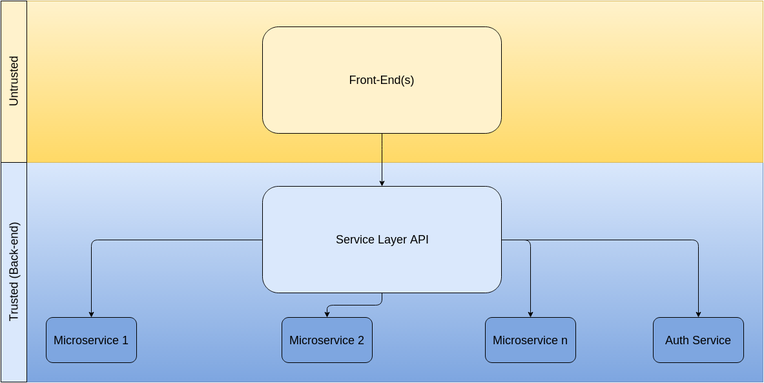
Earlier version of the draw.io export manuscript/images/AuthArchitecture.png (binarymist/HolisticInfoSec-For-WebDevelopers-Fascicle1). Source tidied: cells renumbered, new cells last; positions are measured from the earlier drawing's top-left corner, leaving out a move shared by most shapes. Its diagram source:
```xml
<mxGraphModel>
  <root>
    <mxCell id="0" style="html=1;" />
    <mxCell id="1" style="html=1;" parent="0" />
    <mxCell id="2" style="html=1;plain-blue;" parent="1" vertex="1">
      <mxGeometry y="250" width="1180" height="340" as="geometry" />
    </mxCell>
    <mxCell id="3" value="&lt;font style=&quot;font-size: 18px&quot;&gt;Microservice 2&lt;/font&gt;" style="rounded=1;fillColor=#7EA6E0;html=1;" parent="1" vertex="1">
      <mxGeometry x="435" y="490" width="140" height="70" as="geometry" />
    </mxCell>
    <mxCell id="4" value="&lt;font style=&quot;font-size: 18px&quot;&gt;Microservice 1&lt;/font&gt;" style="rounded=1;fillColor=#7EA6E0;html=1;" parent="1" vertex="1">
      <mxGeometry x="70" y="490" width="140" height="70" as="geometry" />
    </mxCell>
    <mxCell id="5" value="&lt;font style=&quot;font-size: 18px&quot;&gt;Auth Service&lt;/font&gt;" style="rounded=1;fillColor=#7EA6E0;html=1;" parent="1" vertex="1">
      <mxGeometry x="1010" y="490" width="140" height="70" as="geometry" />
    </mxCell>
    <mxCell id="6" style="edgeStyle=elbowEdgeStyle;elbow=horizontal;html=1;exitX=0;exitY=0.5;entryX=0.5;entryY=0;" parent="1" edge="1" source="10" target="4">
      <mxGeometry y="150" as="geometry">
        <Array as="points">
          <mxPoint x="140" y="430" />
        </Array>
      </mxGeometry>
    </mxCell>
    <mxCell id="7" style="edgeStyle=elbowEdgeStyle;elbow=vertical;html=1;" parent="1" edge="1" source="3">
      <mxGeometry y="150" as="geometry">
        <mxPoint x="570" y="490" as="targetPoint" />
      </mxGeometry>
    </mxCell>
    <mxCell id="8" style="edgeStyle=elbowEdgeStyle;elbow=vertical;html=1;exitX=1;exitY=0.5;entryX=0.5;entryY=0;" parent="1" edge="1" source="10" target="5">
      <mxGeometry y="150" as="geometry">
        <Array as="points">
          <mxPoint x="920" y="370" />
        </Array>
      </mxGeometry>
    </mxCell>
    <mxCell id="9" style="html=1;plain-yellow;" parent="1" vertex="1">
      <mxGeometry width="1180" height="250" as="geometry" />
    </mxCell>
    <mxCell id="10" value="&lt;font style=&quot;font-size: 18px&quot;&gt;Service Layer API&lt;/font&gt;" style="rounded=1;whiteSpace=wrap;html=1;fillColor=#DAE8FC;" parent="1" vertex="1">
      <mxGeometry x="405" y="287" width="370" height="165" as="geometry" />
    </mxCell>
    <mxCell id="11" value="&lt;font style=&quot;font-size: 18px&quot;&gt;Front-End(s)&lt;/font&gt;" style="rounded=1;whiteSpace=wrap;html=1;fillColor=#FFF2CC;" parent="1" vertex="1">
      <mxGeometry x="405" y="40" width="370" height="165" as="geometry" />
    </mxCell>
    <mxCell id="12" value="&lt;font style=&quot;font-size: 18px&quot;&gt;Trusted (Back-end)&lt;/font&gt;" style="whiteSpace=wrap;html=1;fillColor=#DAE8FC;flipV=0;horizontal=0;" parent="1" vertex="1">
      <mxGeometry y="250" width="40" height="340" as="geometry" />
    </mxCell>
    <mxCell id="13" value="&lt;font style=&quot;font-size: 18px&quot;&gt;Untrusted&lt;/font&gt;" style="whiteSpace=wrap;html=1;fillColor=#FFF2CC;flipV=0;horizontal=0;" parent="1" vertex="1">
      <mxGeometry width="40" height="250" as="geometry" />
    </mxCell>
    <mxCell id="14" value="&lt;font style=&quot;font-size: 18px&quot;&gt;Microservice n&lt;/font&gt;" style="rounded=1;fillColor=#7EA6E0;html=1;" parent="1" vertex="1">
      <mxGeometry x="750" y="490" width="140" height="70" as="geometry" />
    </mxCell>
    <mxCell id="15" style="edgeStyle=elbowEdgeStyle;elbow=vertical;html=1;exitX=0.5;exitY=1;" parent="1" edge="1" source="11">
      <mxGeometry x="5" y="-223" as="geometry">
        <mxPoint x="590" y="287" as="targetPoint" />
        <Array as="points">
          <mxPoint x="570" y="220" />
        </Array>
      </mxGeometry>
    </mxCell>
    <mxCell id="16" style="edgeStyle=elbowEdgeStyle;elbow=vertical;html=1;entryX=0.5;entryY=0;exitX=0.5;exitY=1;" parent="1" edge="1" source="10" target="3">
      <mxGeometry y="-29.2" as="geometry" />
    </mxCell>
    <mxCell id="17" style="edgeStyle=elbowEdgeStyle;elbow=vertical;html=1;entryX=0.5;entryY=0;exitX=1;exitY=0.5;" parent="1" edge="1" source="10" target="14">
      <mxGeometry x="10" y="-19.2" as="geometry">
        <Array as="points">
          <mxPoint x="790" y="370" />
        </Array>
      </mxGeometry>
    </mxCell>
  </root>
</mxGraphModel>
```
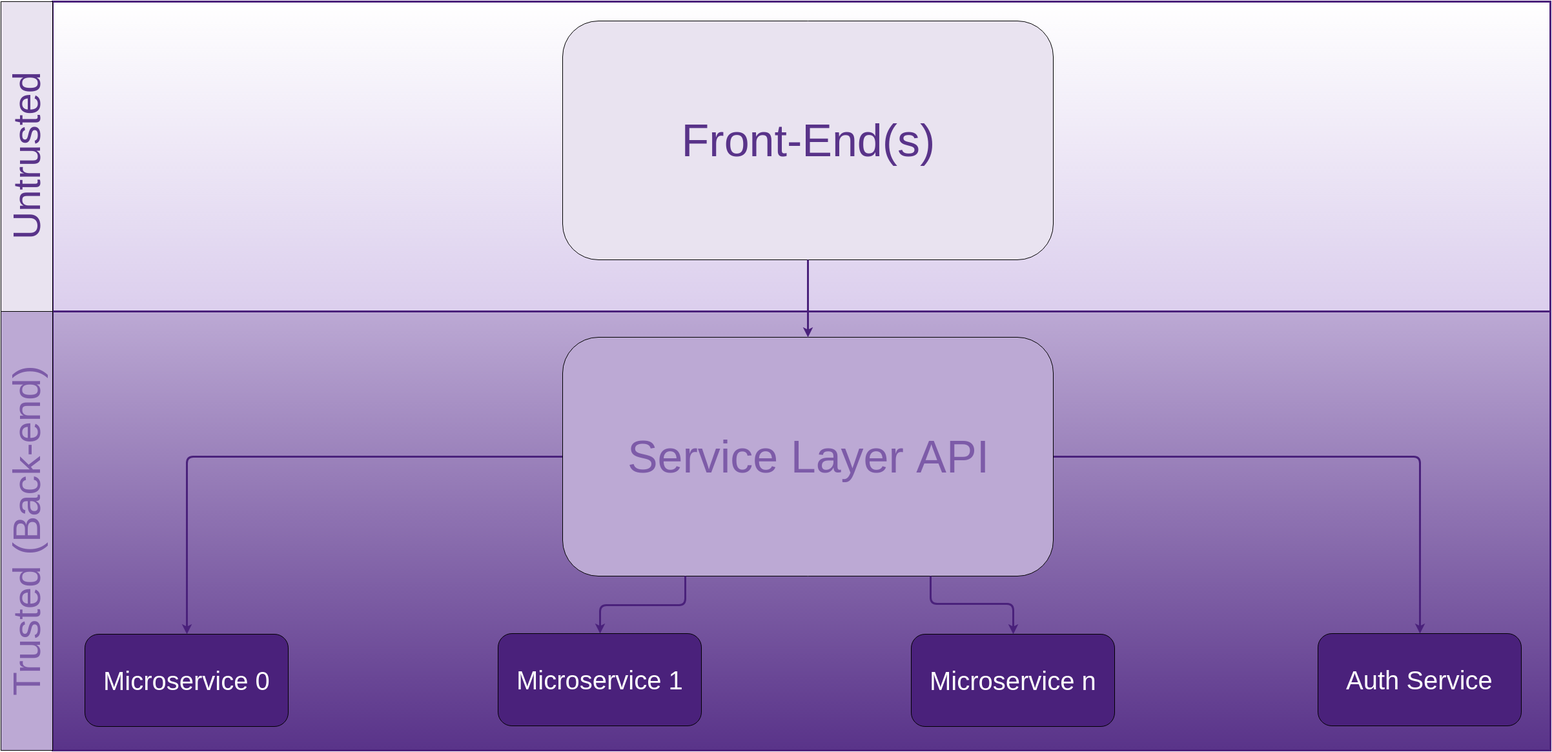
After the change.

The edit, as a diff of the source:
```diff
@@ -2,70 +2,67 @@
   <root>
     <mxCell id="0" style="html=1;" />
     <mxCell id="1" style="html=1;" parent="0" />
-    <mxCell id="2" style="html=1;plain-blue;" parent="1" vertex="1">
-      <mxGeometry y="250" width="1180" height="340" as="geometry" />
+    <mxCell id="2" style="html=1;plain-blue;gradientColor=#593389;fillColor=#BCA9D4;strokeColor=#4A217B;strokeWidth=3;" parent="1" vertex="1">
+      <mxGeometry x="40" y="480" width="2320" height="680" as="geometry" />
     </mxCell>
+    <mxCell id="9" style="html=1;plain-yellow;fillColor=#FFFFFF;gradientColor=#DBCEED;strokeWidth=3;strokeColor=#4A217B;" parent="1" vertex="1">
+      <mxGeometry x="40" width="2320" height="480" as="geometry" />
+    </mxCell>
+    <mxCell id="12" value="&lt;font style=&quot;font-size: 60px&quot; color=&quot;#7d5ba8&quot;&gt;Trusted (Back-end)&lt;/font&gt;" style="whiteSpace=wrap;html=1;fillColor=#BCA9D4;flipV=0;horizontal=0;" parent="1" vertex="1">
+      <mxGeometry x="-40" y="480" width="80" height="680" as="geometry" />
+    </mxCell>
+    <mxCell id="13" value="&lt;font style=&quot;font-size: 60px&quot; color=&quot;#593389&quot;&gt;Untrusted&lt;/font&gt;" style="whiteSpace=wrap;html=1;fillColor=#E9E3F0;flipV=0;horizontal=0;" parent="1" vertex="1">
+      <mxGeometry x="-40" width="80" height="480" as="geometry" />
+    </mxCell>
-    <mxCell id="3" value="&lt;font style=&quot;font-size: 18px&quot;&gt;Microservice 2&lt;/font&gt;" style="rounded=1;fillColor=#7EA6E0;html=1;" parent="1" vertex="1">
-      <mxGeometry x="435" y="490" width="140" height="70" as="geometry" />
+    <mxCell id="3" value="&lt;font style=&quot;font-size: 40px&quot; color=&quot;#ffffff&quot;&gt;Microservice 1&lt;/font&gt;" style="rounded=1;fillColor=#4A217B;html=1;" parent="1" vertex="1">
+      <mxGeometry x="730" y="979" width="315" height="143" as="geometry" />
     </mxCell>
-    <mxCell id="4" value="&lt;font style=&quot;font-size: 18px&quot;&gt;Microservice 1&lt;/font&gt;" style="rounded=1;fillColor=#7EA6E0;html=1;" parent="1" vertex="1">
-      <mxGeometry x="70" y="490" width="140" height="70" as="geometry" />
+    <mxCell id="4" value="&lt;font color=&quot;#ffffff&quot; style=&quot;font-size: 40px&quot;&gt;Microservice 0&lt;/font&gt;" style="rounded=1;fillColor=#4A217B;html=1;" parent="1" vertex="1">
+      <mxGeometry x="90" y="980" width="315" height="143" as="geometry" />
     </mxCell>
-    <mxCell id="5" value="&lt;font style=&quot;font-size: 18px&quot;&gt;Auth Service&lt;/font&gt;" style="rounded=1;fillColor=#7EA6E0;html=1;" parent="1" vertex="1">
-      <mxGeometry x="1010" y="490" width="140" height="70" as="geometry" />
+    <mxCell id="5" value="&lt;font color=&quot;#ffffff&quot; style=&quot;font-size: 40px&quot;&gt;Auth Service&lt;/font&gt;" style="rounded=1;fillColor=#4A217B;html=1;" parent="1" vertex="1">
+      <mxGeometry x="2000" y="979" width="315" height="143" as="geometry" />
     </mxCell>
-    <mxCell id="6" style="edgeStyle=elbowEdgeStyle;elbow=horizontal;html=1;exitX=0;exitY=0.5;entryX=0.5;entryY=0;" parent="1" edge="1" source="10" target="4">
-      <mxGeometry y="150" as="geometry">
+    <mxCell id="6" style="edgeStyle=elbowEdgeStyle;elbow=horizontal;html=1;exitX=0;exitY=0.5;entryX=0.5;entryY=0;strokeWidth=3;strokeColor=#4A217B;" parent="1" edge="1" source="10" target="4">
+      <mxGeometry x="590" y="713" as="geometry">
         <Array as="points">
-          <mxPoint x="140" y="430" />
+          <mxPoint x="248" y="920" />
+          <mxPoint x="730" y="993" />
         </Array>
       </mxGeometry>
     </mxCell>
-    <mxCell id="7" style="edgeStyle=elbowEdgeStyle;elbow=vertical;html=1;" parent="1" edge="1" source="3">
-      <mxGeometry y="150" as="geometry">
-        <mxPoint x="570" y="490" as="targetPoint" />
-      </mxGeometry>
-    </mxCell>
-    <mxCell id="8" style="edgeStyle=elbowEdgeStyle;elbow=vertical;html=1;exitX=1;exitY=0.5;entryX=0.5;entryY=0;" parent="1" edge="1" source="10" target="5">
-      <mxGeometry y="150" as="geometry">
+    <mxCell id="8" style="edgeStyle=elbowEdgeStyle;elbow=vertical;html=1;exitX=1;exitY=0.5;entryX=0.5;entryY=0;strokeWidth=3;strokeColor=#4A217B;" parent="1" edge="1" source="10" target="5">
+      <mxGeometry x="590" y="713" as="geometry">
         <Array as="points">
-          <mxPoint x="920" y="370" />
+          <mxPoint x="1750" y="705" />
+          <mxPoint x="1510" y="933" />
         </Array>
       </mxGeometry>
     </mxCell>
-    <mxCell id="9" style="html=1;plain-yellow;" parent="1" vertex="1">
-      <mxGeometry width="1180" height="250" as="geometry" />
-    </mxCell>
-    <mxCell id="10" value="&lt;font style=&quot;font-size: 18px&quot;&gt;Service Layer API&lt;/font&gt;" style="rounded=1;whiteSpace=wrap;html=1;fillColor=#DAE8FC;" parent="1" vertex="1">
-      <mxGeometry x="405" y="287" width="370" height="165" as="geometry" />
+    <mxCell id="10" value="&lt;font style=&quot;font-size: 70px&quot; color=&quot;#7d5ba8&quot;&gt;Service Layer API&lt;/font&gt;" style="rounded=1;whiteSpace=wrap;html=1;fillColor=#BCA9D4;" parent="1" vertex="1">
+      <mxGeometry x="830" y="520" width="760" height="370" as="geometry" />
     </mxCell>
-    <mxCell id="11" value="&lt;font style=&quot;font-size: 18px&quot;&gt;Front-End(s)&lt;/font&gt;" style="rounded=1;whiteSpace=wrap;html=1;fillColor=#FFF2CC;" parent="1" vertex="1">
-      <mxGeometry x="405" y="40" width="370" height="165" as="geometry" />
+    <mxCell id="11" value="&lt;font style=&quot;font-size: 70px&quot; color=&quot;#593389&quot;&gt;Front-End(s)&lt;/font&gt;" style="rounded=1;whiteSpace=wrap;html=1;fillColor=#E9E3F0;" parent="1" vertex="1">
+      <mxGeometry x="830" y="30" width="760" height="370" as="geometry" />
     </mxCell>
-    <mxCell id="12" value="&lt;font style=&quot;font-size: 18px&quot;&gt;Trusted (Back-end)&lt;/font&gt;" style="whiteSpace=wrap;html=1;fillColor=#DAE8FC;flipV=0;horizontal=0;" parent="1" vertex="1">
-      <mxGeometry y="250" width="40" height="340" as="geometry" />
-    </mxCell>
-    <mxCell id="13" value="&lt;font style=&quot;font-size: 18px&quot;&gt;Untrusted&lt;/font&gt;" style="whiteSpace=wrap;html=1;fillColor=#FFF2CC;flipV=0;horizontal=0;" parent="1" vertex="1">
-      <mxGeometry width="40" height="250" as="geometry" />
-    </mxCell>
-    <mxCell id="14" value="&lt;font style=&quot;font-size: 18px&quot;&gt;Microservice n&lt;/font&gt;" style="rounded=1;fillColor=#7EA6E0;html=1;" parent="1" vertex="1">
-      <mxGeometry x="750" y="490" width="140" height="70" as="geometry" />
+    <mxCell id="14" value="&lt;font style=&quot;font-size: 40px&quot; color=&quot;#ffffff&quot;&gt;Microservice n&lt;/font&gt;" style="rounded=1;fillColor=#4A217B;html=1;" parent="1" vertex="1">
+      <mxGeometry x="1370" y="980" width="315" height="143" as="geometry" />
     </mxCell>
-    <mxCell id="15" style="edgeStyle=elbowEdgeStyle;elbow=vertical;html=1;exitX=0.5;exitY=1;" parent="1" edge="1" source="11">
+    <mxCell id="15" style="edgeStyle=elbowEdgeStyle;elbow=vertical;html=1;exitX=0.5;exitY=1;strokeWidth=3;strokeColor=#4A217B;entryX=0.5;entryY=0;" parent="1" edge="1" source="11" target="10">
       <mxGeometry x="5" y="-223" as="geometry">
-        <mxPoint x="590" y="287" as="targetPoint" />
         <Array as="points">
+          <mxPoint x="1210" y="440" />
           <mxPoint x="570" y="220" />
         </Array>
       </mxGeometry>
     </mxCell>
-    <mxCell id="16" style="edgeStyle=elbowEdgeStyle;elbow=vertical;html=1;entryX=0.5;entryY=0;exitX=0.5;exitY=1;" parent="1" edge="1" source="10" target="3">
-      <mxGeometry y="-29.2" as="geometry" />
+    <mxCell id="16" style="edgeStyle=elbowEdgeStyle;elbow=vertical;html=1;entryX=0.5;entryY=0;exitX=0.25;exitY=1;strokeWidth=3;strokeColor=#4A217B;" parent="1" edge="1" source="10" target="3">
+      <mxGeometry y="200.8" as="geometry" />
     </mxCell>
-    <mxCell id="17" style="edgeStyle=elbowEdgeStyle;elbow=vertical;html=1;entryX=0.5;entryY=0;exitX=1;exitY=0.5;" parent="1" edge="1" source="10" target="14">
-      <mxGeometry x="10" y="-19.2" as="geometry">
+    <mxCell id="17" style="edgeStyle=elbowEdgeStyle;elbow=vertical;html=1;entryX=0.5;entryY=0;exitX=0.75;exitY=1;strokeWidth=3;strokeColor=#4A217B;" parent="1" edge="1" source="10" target="14">
+      <mxGeometry x="600" y="543.8" as="geometry">
         <Array as="points">
-          <mxPoint x="790" y="370" />
+          <mxPoint x="1380" y="933" />
         </Array>
       </mxGeometry>
     </mxCell>
```
